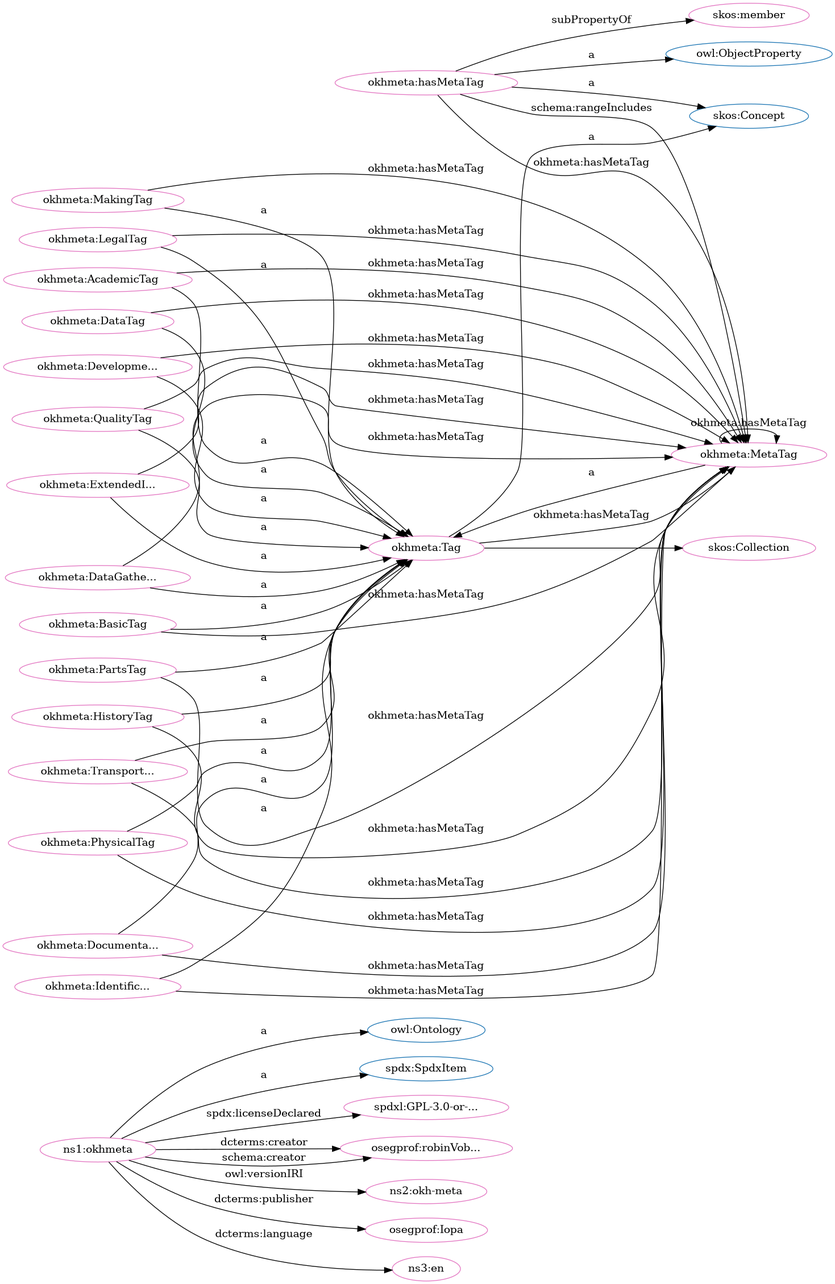
iop-alliance/OpenKnowHow keeps this Graphviz diagram as src/spec/dot_okh-meta.png. Above is the earlier version. Its source is kept beside it as src/spec/dot_okh-meta.dot.
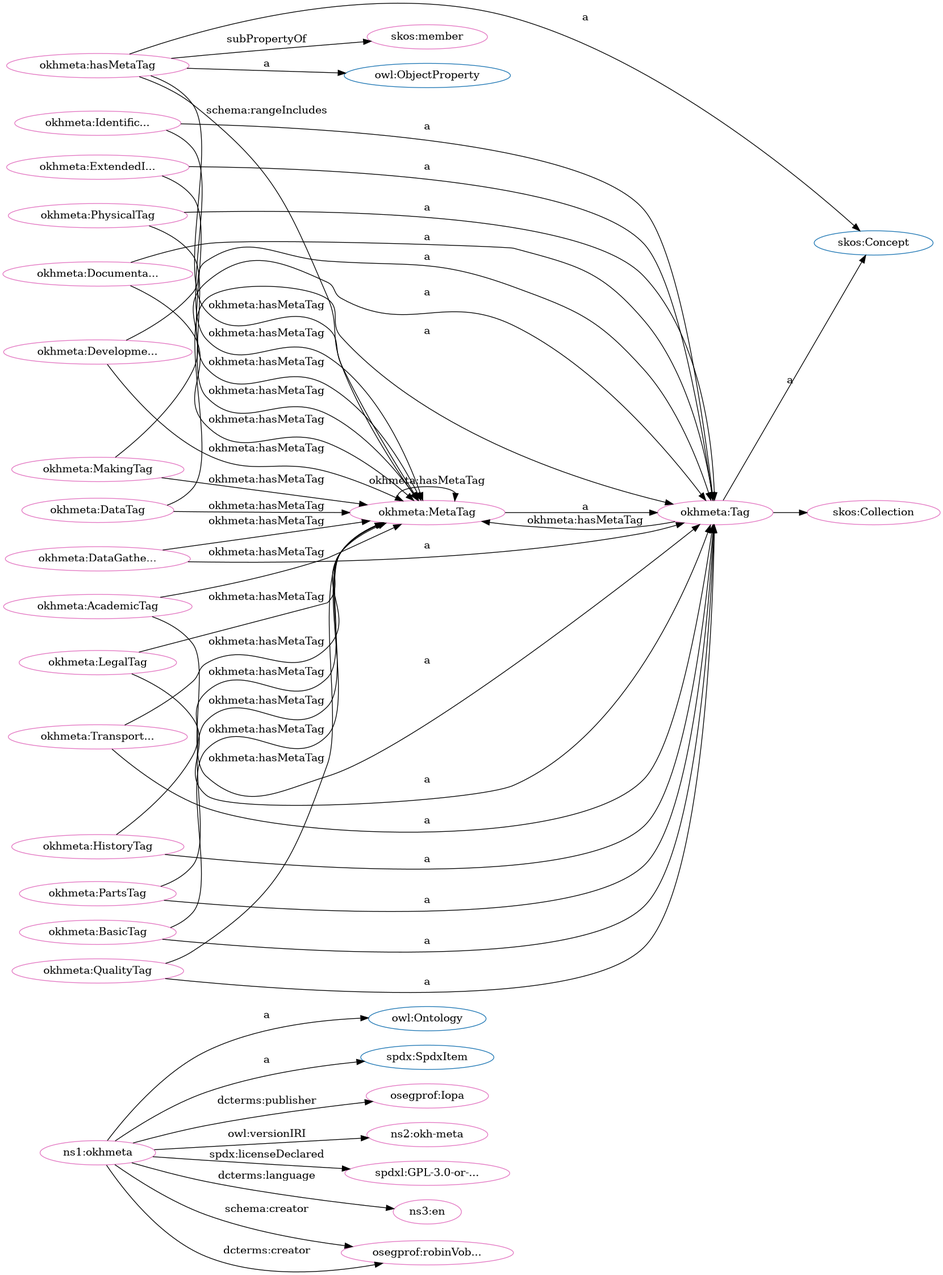
Above is the later version.

The edit, as a diff of the source:
```diff
@@ -2,84 +2,84 @@
   rankdir=BT
   node[height=.3]
 "http://www.w3.org/2002/07/owl#Ontology" [fillcolor="#1f77b4" color="#1f77b4" label="owl:Ontology"]
-"http://www.w3.org/2004/02/skos/core#Concept" [fillcolor="#1f77b4" color="#1f77b4" label="skos:Concept"]
 "http://spdx.org/rdf/terms#SpdxItem" [fillcolor="#1f77b4" color="#1f77b4" label="spdx:SpdxItem"]
 "http://www.w3.org/2002/07/owl#ObjectProperty" [fillcolor="#1f77b4" color="#1f77b4" label="owl:ObjectProperty"]
+"http://www.w3.org/2004/02/skos/core#Collection" [fillcolor="#1f77b4" color="#1f77b4" label="skos:Collection"]
 "http://w3id.org/oseg/ont/okhmeta#Tag" [fillcolor="#1f77b4" color="#1f77b4" label="okhmeta:Tag"]
-"http://www.w3.org/2004/02/skos/core#Collection" [fillcolor="#1f77b4" color="#1f77b4" label="skos:Collection"]
+"http://www.w3.org/2004/02/skos/core#Concept" [fillcolor="#1f77b4" color="#1f77b4" label="skos:Concept"]
 "http://w3id.org/oseg/ont/okhmeta#MetaTag" [fillcolor="#1f77b4" color="#1f77b4" label="okhmeta:MetaTag"]
+"http://w3id.org/oseg/ont/okhmeta#MetaTag" [fillcolor="#e377c2" color="#e377c2" label="okhmeta:MetaTag"]
+"http://w3id.org/oseg/ont/oseg-profiles#Iopa" [fillcolor="#e377c2" color="#e377c2" label="osegprof:Iopa"]
+"http://w3id.org/oseg/ont/okhmeta" [fillcolor="#e377c2" color="#e377c2" label="ns1:okhmeta"]
+"http://w3id.org/oseg/ont/okhmeta#DataGatheringTag" [fillcolor="#e377c2" color="#e377c2" label="okhmeta:DataGathe..."]
+"http://w3id.org/oseg/ont/okhmeta#QualityTag" [fillcolor="#e377c2" color="#e377c2" label="okhmeta:QualityTag"]
+"http://w3id.org/oseg/ont/okhmeta#DevelopmentTag" [fillcolor="#e377c2" color="#e377c2" label="okhmeta:Developme..."]
+"http://w3id.org/oseg/ont/okhmeta#hasMetaTag" [fillcolor="#e377c2" color="#e377c2" label="okhmeta:hasMetaTag"]
+"http://w3id.org/oseg/ont/okhmeta#TransportationTag" [fillcolor="#e377c2" color="#e377c2" label="okhmeta:Transport..."]
+"http://w3id.org/oseg/ont/1.1.0/okh-meta" [fillcolor="#e377c2" color="#e377c2" label="ns2:okh-meta"]
 "http://spdx.org/licenses/GPL-3.0-or-later" [fillcolor="#e377c2" color="#e377c2" label="spdxl:GPL-3.0-or-..."]
-"http://w3id.org/oseg/ont/okhmeta#DevelopmentTag" [fillcolor="#e377c2" color="#e377c2" label="okhmeta:Developme..."]
+"http://w3id.org/oseg/ont/okhmeta#ExtendedInfoTag" [fillcolor="#e377c2" color="#e377c2" label="okhmeta:ExtendedI..."]
+"http://w3id.org/oseg/ont/okhmeta#Tag" [fillcolor="#e377c2" color="#e377c2" label="okhmeta:Tag"]
+"http://id.loc.gov/vocabulary/iso639-1/en" [fillcolor="#e377c2" color="#e377c2" label="ns3:en"]
 "http://w3id.org/oseg/ont/oseg-profiles#robinVobruba" [fillcolor="#e377c2" color="#e377c2" label="osegprof:robinVob..."]
-"http://w3id.org/oseg/ont/okhmeta#MetaTag" [fillcolor="#e377c2" color="#e377c2" label="okhmeta:MetaTag"]
-"http://w3id.org/oseg/ont/okhmeta" [fillcolor="#e377c2" color="#e377c2" label="ns1:okhmeta"]
+"http://w3id.org/oseg/ont/okhmeta#DocumentationTag" [fillcolor="#e377c2" color="#e377c2" label="okhmeta:Documenta..."]
+"http://www.w3.org/2004/02/skos/core#member" [fillcolor="#e377c2" color="#e377c2" label="skos:member"]
+"http://w3id.org/oseg/ont/okhmeta#DataTag" [fillcolor="#e377c2" color="#e377c2" label="okhmeta:DataTag"]
 "http://w3id.org/oseg/ont/okhmeta#PhysicalTag" [fillcolor="#e377c2" color="#e377c2" label="okhmeta:PhysicalTag"]
+"http://w3id.org/oseg/ont/okhmeta#BasicTag" [fillcolor="#e377c2" color="#e377c2" label="okhmeta:BasicTag"]
+"http://w3id.org/oseg/ont/okhmeta#AcademicTag" [fillcolor="#e377c2" color="#e377c2" label="okhmeta:AcademicTag"]
+"http://w3id.org/oseg/ont/okhmeta#IdentificationTag" [fillcolor="#e377c2" color="#e377c2" label="okhmeta:Identific..."]
+"http://w3id.org/oseg/ont/okhmeta#LegalTag" [fillcolor="#e377c2" color="#e377c2" label="okhmeta:LegalTag"]
+"http://w3id.org/oseg/ont/okhmeta#HistoryTag" [fillcolor="#e377c2" color="#e377c2" label="okhmeta:HistoryTag"]
+"http://w3id.org/oseg/ont/okhmeta#PartsTag" [fillcolor="#e377c2" color="#e377c2" label="okhmeta:PartsTag"]
 "http://w3id.org/oseg/ont/okhmeta#MakingTag" [fillcolor="#e377c2" color="#e377c2" label="okhmeta:MakingTag"]
-"http://w3id.org/oseg/ont/okhmeta#PartsTag" [fillcolor="#e377c2" color="#e377c2" label="okhmeta:PartsTag"]
-"http://w3id.org/oseg/ont/okhmeta#TransportationTag" [fillcolor="#e377c2" color="#e377c2" label="okhmeta:Transport..."]
-"http://w3id.org/oseg/ont/okhmeta#Tag" [fillcolor="#e377c2" color="#e377c2" label="okhmeta:Tag"]
-"http://w3id.org/oseg/ont/okhmeta#LegalTag" [fillcolor="#e377c2" color="#e377c2" label="okhmeta:LegalTag"]
-"http://w3id.org/oseg/ont/okhmeta#hasMetaTag" [fillcolor="#e377c2" color="#e377c2" label="okhmeta:hasMetaTag"]
-"http://w3id.org/oseg/ont/okhmeta#AcademicTag" [fillcolor="#e377c2" color="#e377c2" label="okhmeta:AcademicTag"]
-"http://w3id.org/oseg/ont/okhmeta#BasicTag" [fillcolor="#e377c2" color="#e377c2" label="okhmeta:BasicTag"]
-"http://w3id.org/oseg/ont/okhmeta#IdentificationTag" [fillcolor="#e377c2" color="#e377c2" label="okhmeta:Identific..."]
-"http://w3id.org/oseg/ont/okhmeta#ExtendedInfoTag" [fillcolor="#e377c2" color="#e377c2" label="okhmeta:ExtendedI..."]
-"http://www.w3.org/2004/02/skos/core#member" [fillcolor="#e377c2" color="#e377c2" label="skos:member"]
-"http://w3id.org/oseg/ont/okhmeta#DocumentationTag" [fillcolor="#e377c2" color="#e377c2" label="okhmeta:Documenta..."]
-"http://w3id.org/oseg/ont/okhmeta#DataGatheringTag" [fillcolor="#e377c2" color="#e377c2" label="okhmeta:DataGathe..."]
-"http://w3id.org/oseg/ont/1.1.0/okh-meta" [fillcolor="#e377c2" color="#e377c2" label="ns2:okh-meta"]
-"http://w3id.org/oseg/ont/okhmeta#HistoryTag" [fillcolor="#e377c2" color="#e377c2" label="okhmeta:HistoryTag"]
-"http://w3id.org/oseg/ont/oseg-profiles#Iopa" [fillcolor="#e377c2" color="#e377c2" label="osegprof:Iopa"]
-"http://id.loc.gov/vocabulary/iso639-1/en" [fillcolor="#e377c2" color="#e377c2" label="ns3:en"]
-"http://w3id.org/oseg/ont/okhmeta#QualityTag" [fillcolor="#e377c2" color="#e377c2" label="okhmeta:QualityTag"]
 "http://www.w3.org/2004/02/skos/core#Collection" [fillcolor="#e377c2" color="#e377c2" label="skos:Collection"]
-"http://w3id.org/oseg/ont/okhmeta#DataTag" [fillcolor="#e377c2" color="#e377c2" label="okhmeta:DataTag"]
+  "http://w3id.org/oseg/ont/okhmeta#PhysicalTag" -> "http://w3id.org/oseg/ont/okhmeta#MetaTag" [label="okhmeta:hasMetaTag"]
+  "http://w3id.org/oseg/ont/okhmeta" -> "http://w3id.org/oseg/ont/oseg-profiles#Iopa" [label="dcterms:publisher"]
+  "http://w3id.org/oseg/ont/okhmeta#QualityTag" -> "http://w3id.org/oseg/ont/okhmeta#MetaTag" [label="okhmeta:hasMetaTag"]
+  "http://w3id.org/oseg/ont/okhmeta#QualityTag" -> "http://w3id.org/oseg/ont/okhmeta#Tag" [label="a"]
+  "http://w3id.org/oseg/ont/okhmeta" -> "http://www.w3.org/2002/07/owl#Ontology" [label="a"]
+  "http://w3id.org/oseg/ont/okhmeta#BasicTag" -> "http://w3id.org/oseg/ont/okhmeta#MetaTag" [label="okhmeta:hasMetaTag"]
+  "http://w3id.org/oseg/ont/okhmeta#DataGatheringTag" -> "http://w3id.org/oseg/ont/okhmeta#MetaTag" [label="okhmeta:hasMetaTag"]
+  "http://w3id.org/oseg/ont/okhmeta#DataGatheringTag" -> "http://w3id.org/oseg/ont/okhmeta#Tag" [label="a"]
+  "http://w3id.org/oseg/ont/okhmeta#DevelopmentTag" -> "http://w3id.org/oseg/ont/okhmeta#Tag" [label="a"]
+  "http://w3id.org/oseg/ont/okhmeta#hasMetaTag" -> "http://www.w3.org/2002/07/owl#ObjectProperty" [label="a"]
+  "http://w3id.org/oseg/ont/okhmeta" -> "http://w3id.org/oseg/ont/1.1.0/okh-meta" [label="owl:versionIRI"]
+  "http://w3id.org/oseg/ont/okhmeta" -> "http://spdx.org/licenses/GPL-3.0-or-later" [label="spdx:licenseDeclared"]
+  "http://w3id.org/oseg/ont/okhmeta#hasMetaTag" -> "http://www.w3.org/2004/02/skos/core#Concept" [label="a"]
+  "http://w3id.org/oseg/ont/okhmeta#Tag" -> "http://www.w3.org/2004/02/skos/core#Concept" [label="a"]
+  "http://w3id.org/oseg/ont/okhmeta#DocumentationTag" -> "http://w3id.org/oseg/ont/okhmeta#MetaTag" [label="okhmeta:hasMetaTag"]
+  "http://w3id.org/oseg/ont/okhmeta#DocumentationTag" -> "http://w3id.org/oseg/ont/okhmeta#Tag" [label="a"]
+  "http://w3id.org/oseg/ont/okhmeta#DataTag" -> "http://w3id.org/oseg/ont/okhmeta#MetaTag" [label="okhmeta:hasMetaTag"]
+  "http://w3id.org/oseg/ont/okhmeta#MakingTag" -> "http://w3id.org/oseg/ont/okhmeta#MetaTag" [label="okhmeta:hasMetaTag"]
+  "http://w3id.org/oseg/ont/okhmeta#AcademicTag" -> "http://w3id.org/oseg/ont/okhmeta#MetaTag" [label="okhmeta:hasMetaTag"]
+  "http://w3id.org/oseg/ont/okhmeta#AcademicTag" -> "http://w3id.org/oseg/ont/okhmeta#Tag" [label="a"]
+  "http://w3id.org/oseg/ont/okhmeta#IdentificationTag" -> "http://w3id.org/oseg/ont/okhmeta#MetaTag" [label="okhmeta:hasMetaTag"]
+  "http://w3id.org/oseg/ont/okhmeta#IdentificationTag" -> "http://w3id.org/oseg/ont/okhmeta#Tag" [label="a"]
+  "http://w3id.org/oseg/ont/okhmeta#DevelopmentTag" -> "http://w3id.org/oseg/ont/okhmeta#MetaTag" [label="okhmeta:hasMetaTag"]
+  "http://w3id.org/oseg/ont/okhmeta#Tag" -> "http://w3id.org/oseg/ont/okhmeta#MetaTag" [label="okhmeta:hasMetaTag"]
+  "http://w3id.org/oseg/ont/okhmeta#PartsTag" -> "http://w3id.org/oseg/ont/okhmeta#MetaTag" [label="okhmeta:hasMetaTag"]
+  "http://w3id.org/oseg/ont/okhmeta#PartsTag" -> "http://w3id.org/oseg/ont/okhmeta#Tag" [label="a"]
+  "http://w3id.org/oseg/ont/okhmeta#MakingTag" -> "http://w3id.org/oseg/ont/okhmeta#Tag" [label="a"]
+  "http://w3id.org/oseg/ont/okhmeta#MetaTag" -> "http://w3id.org/oseg/ont/okhmeta#MetaTag" [label="okhmeta:hasMetaTag"]
   "http://w3id.org/oseg/ont/okhmeta#TransportationTag" -> "http://w3id.org/oseg/ont/okhmeta#MetaTag" [label="okhmeta:hasMetaTag"]
-  "http://w3id.org/oseg/ont/okhmeta#hasMetaTag" -> "http://w3id.org/oseg/ont/okhmeta#MetaTag" [label="okhmeta:hasMetaTag"]
-  "http://w3id.org/oseg/ont/okhmeta#hasMetaTag" -> "http://w3id.org/oseg/ont/okhmeta#MetaTag" [label="schema:rangeIncludes"]
-  "http://w3id.org/oseg/ont/okhmeta#LegalTag" -> "http://w3id.org/oseg/ont/okhmeta#MetaTag" [label="okhmeta:hasMetaTag"]
-  "http://w3id.org/oseg/ont/okhmeta" -> "http://w3id.org/oseg/ont/oseg-profiles#robinVobruba" [label="dcterms:creator"]
-  "http://w3id.org/oseg/ont/okhmeta#MakingTag" -> "http://w3id.org/oseg/ont/okhmeta#Tag" [label="a"]
-  "http://w3id.org/oseg/ont/okhmeta#DevelopmentTag" -> "http://w3id.org/oseg/ont/okhmeta#MetaTag" [label="okhmeta:hasMetaTag"]
-  "http://w3id.org/oseg/ont/okhmeta#DataTag" -> "http://w3id.org/oseg/ont/okhmeta#MetaTag" [label="okhmeta:hasMetaTag"]
-  "http://w3id.org/oseg/ont/okhmeta#PartsTag" -> "http://w3id.org/oseg/ont/okhmeta#Tag" [label="a"]
   "http://w3id.org/oseg/ont/okhmeta#TransportationTag" -> "http://w3id.org/oseg/ont/okhmeta#Tag" [label="a"]
-  "http://w3id.org/oseg/ont/okhmeta#Tag" -> "http://www.w3.org/2004/02/skos/core#Concept" [label="a"]
-  "http://w3id.org/oseg/ont/okhmeta#BasicTag" -> "http://w3id.org/oseg/ont/okhmeta#MetaTag" [label="okhmeta:hasMetaTag"]
-  "http://w3id.org/oseg/ont/okhmeta#IdentificationTag" -> "http://w3id.org/oseg/ont/okhmeta#MetaTag" [label="okhmeta:hasMetaTag"]
-  "http://w3id.org/oseg/ont/okhmeta#Tag" -> "http://w3id.org/oseg/ont/okhmeta#MetaTag" [label="okhmeta:hasMetaTag"]
-  "http://w3id.org/oseg/ont/okhmeta#LegalTag" -> "http://w3id.org/oseg/ont/okhmeta#Tag" [label="a"]
-  "http://w3id.org/oseg/ont/okhmeta#hasMetaTag" -> "http://www.w3.org/2002/07/owl#ObjectProperty" [label="a"]
-  "http://w3id.org/oseg/ont/okhmeta#AcademicTag" -> "http://w3id.org/oseg/ont/okhmeta#Tag" [label="a"]
-  "http://w3id.org/oseg/ont/okhmeta#BasicTag" -> "http://w3id.org/oseg/ont/okhmeta#Tag" [label="a"]
-  "http://w3id.org/oseg/ont/okhmeta#IdentificationTag" -> "http://w3id.org/oseg/ont/okhmeta#Tag" [label="a"]
-  "http://w3id.org/oseg/ont/okhmeta#PartsTag" -> "http://w3id.org/oseg/ont/okhmeta#MetaTag" [label="okhmeta:hasMetaTag"]
-  "http://w3id.org/oseg/ont/okhmeta#QualityTag" -> "http://w3id.org/oseg/ont/okhmeta#MetaTag" [label="okhmeta:hasMetaTag"]
   "http://w3id.org/oseg/ont/okhmeta#ExtendedInfoTag" -> "http://w3id.org/oseg/ont/okhmeta#Tag" [label="a"]
-  "http://w3id.org/oseg/ont/okhmeta#hasMetaTag" -> "http://www.w3.org/2004/02/skos/core#member" [label="subPropertyOf"]
-  "http://w3id.org/oseg/ont/okhmeta#MetaTag" -> "http://w3id.org/oseg/ont/okhmeta#Tag" [label="a"]
-  "http://w3id.org/oseg/ont/okhmeta#AcademicTag" -> "http://w3id.org/oseg/ont/okhmeta#MetaTag" [label="okhmeta:hasMetaTag"]
   "http://w3id.org/oseg/ont/okhmeta" -> "http://id.loc.gov/vocabulary/iso639-1/en" [label="dcterms:language"]
-  "http://w3id.org/oseg/ont/okhmeta#QualityTag" -> "http://w3id.org/oseg/ont/okhmeta#Tag" [label="a"]
-  "http://w3id.org/oseg/ont/okhmeta#Tag" -> "http://www.w3.org/2004/02/skos/core#Collection" [label=""]
-  "http://w3id.org/oseg/ont/okhmeta#PhysicalTag" -> "http://w3id.org/oseg/ont/okhmeta#MetaTag" [label="okhmeta:hasMetaTag"]
-  "http://w3id.org/oseg/ont/okhmeta" -> "http://spdx.org/licenses/GPL-3.0-or-later" [label="spdx:licenseDeclared"]
-  "http://w3id.org/oseg/ont/okhmeta#DevelopmentTag" -> "http://w3id.org/oseg/ont/okhmeta#Tag" [label="a"]
   "http://w3id.org/oseg/ont/okhmeta" -> "http://w3id.org/oseg/ont/oseg-profiles#robinVobruba" [label="schema:creator"]
   "http://w3id.org/oseg/ont/okhmeta#ExtendedInfoTag" -> "http://w3id.org/oseg/ont/okhmeta#MetaTag" [label="okhmeta:hasMetaTag"]
-  "http://w3id.org/oseg/ont/okhmeta#MetaTag" -> "http://w3id.org/oseg/ont/okhmeta#MetaTag" [label="okhmeta:hasMetaTag"]
+  "http://w3id.org/oseg/ont/okhmeta#hasMetaTag" -> "http://www.w3.org/2004/02/skos/core#member" [label="subPropertyOf"]
+  "http://w3id.org/oseg/ont/okhmeta#DataTag" -> "http://w3id.org/oseg/ont/okhmeta#Tag" [label="a"]
+  "http://w3id.org/oseg/ont/okhmeta#PhysicalTag" -> "http://w3id.org/oseg/ont/okhmeta#Tag" [label="a"]
+  "http://w3id.org/oseg/ont/okhmeta#BasicTag" -> "http://w3id.org/oseg/ont/okhmeta#Tag" [label="a"]
+  "http://w3id.org/oseg/ont/okhmeta#hasMetaTag" -> "http://w3id.org/oseg/ont/okhmeta#MetaTag" [label="schema:rangeIncludes"]
+  "http://w3id.org/oseg/ont/okhmeta" -> "http://w3id.org/oseg/ont/oseg-profiles#robinVobruba" [label="dcterms:creator"]
+  "http://w3id.org/oseg/ont/okhmeta#LegalTag" -> "http://w3id.org/oseg/ont/okhmeta#Tag" [label="a"]
+  "http://w3id.org/oseg/ont/okhmeta#MetaTag" -> "http://w3id.org/oseg/ont/okhmeta#Tag" [label="a"]
+  "http://w3id.org/oseg/ont/okhmeta#hasMetaTag" -> "http://w3id.org/oseg/ont/okhmeta#MetaTag" [label="okhmeta:hasMetaTag"]
+  "http://w3id.org/oseg/ont/okhmeta#HistoryTag" -> "http://w3id.org/oseg/ont/okhmeta#MetaTag" [label="okhmeta:hasMetaTag"]
+  "http://w3id.org/oseg/ont/okhmeta#HistoryTag" -> "http://w3id.org/oseg/ont/okhmeta#Tag" [label="a"]
   "http://w3id.org/oseg/ont/okhmeta" -> "http://spdx.org/rdf/terms#SpdxItem" [label="a"]
-  "http://w3id.org/oseg/ont/okhmeta#PhysicalTag" -> "http://w3id.org/oseg/ont/okhmeta#Tag" [label="a"]
-  "http://w3id.org/oseg/ont/okhmeta#MakingTag" -> "http://w3id.org/oseg/ont/okhmeta#MetaTag" [label="okhmeta:hasMetaTag"]
-  "http://w3id.org/oseg/ont/okhmeta" -> "http://www.w3.org/2002/07/owl#Ontology" [label="a"]
-  "http://w3id.org/oseg/ont/okhmeta#DocumentationTag" -> "http://w3id.org/oseg/ont/okhmeta#MetaTag" [label="okhmeta:hasMetaTag"]
-  "http://w3id.org/oseg/ont/okhmeta#DataGatheringTag" -> "http://w3id.org/oseg/ont/okhmeta#MetaTag" [label="okhmeta:hasMetaTag"]
-  "http://w3id.org/oseg/ont/okhmeta#HistoryTag" -> "http://w3id.org/oseg/ont/okhmeta#MetaTag" [label="okhmeta:hasMetaTag"]
-  "http://w3id.org/oseg/ont/okhmeta#DocumentationTag" -> "http://w3id.org/oseg/ont/okhmeta#Tag" [label="a"]
-  "http://w3id.org/oseg/ont/okhmeta#DataGatheringTag" -> "http://w3id.org/oseg/ont/okhmeta#Tag" [label="a"]
-  "http://w3id.org/oseg/ont/okhmeta" -> "http://w3id.org/oseg/ont/1.1.0/okh-meta" [label="owl:versionIRI"]
-  "http://w3id.org/oseg/ont/okhmeta#HistoryTag" -> "http://w3id.org/oseg/ont/okhmeta#Tag" [label="a"]
-  "http://w3id.org/oseg/ont/okhmeta" -> "http://w3id.org/oseg/ont/oseg-profiles#Iopa" [label="dcterms:publisher"]
-  "http://w3id.org/oseg/ont/okhmeta#DataTag" -> "http://w3id.org/oseg/ont/okhmeta#Tag" [label="a"]
-  "http://w3id.org/oseg/ont/okhmeta#hasMetaTag" -> "http://www.w3.org/2004/02/skos/core#Concept" [label="a"]
+  "http://w3id.org/oseg/ont/okhmeta#LegalTag" -> "http://w3id.org/oseg/ont/okhmeta#MetaTag" [label="okhmeta:hasMetaTag"]
+  "http://w3id.org/oseg/ont/okhmeta#Tag" -> "http://www.w3.org/2004/02/skos/core#Collection" [label=""]
 }
```
